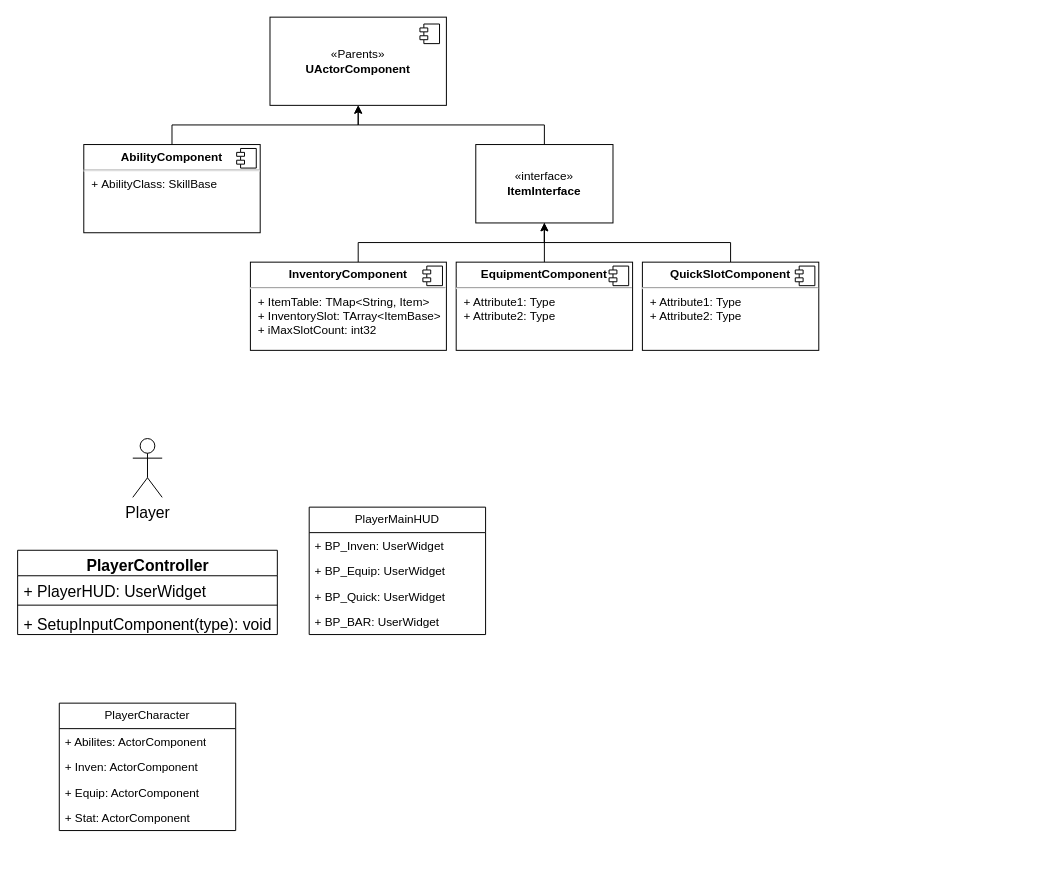
JinhoKims/LostArc keeps this draw.io diagram as page "페이지-2" (2 of 4) of LostArc Diagram.drawio. Above is the earlier version. Source tidied: cells renumbered, new cells numbered last; positions are measured from the earlier drawing's top-left corner, leaving out a move shared by most shapes. Both pictures are drawn from the tidied source at 98%, with x=0, y=0 at pixel (17, 17).
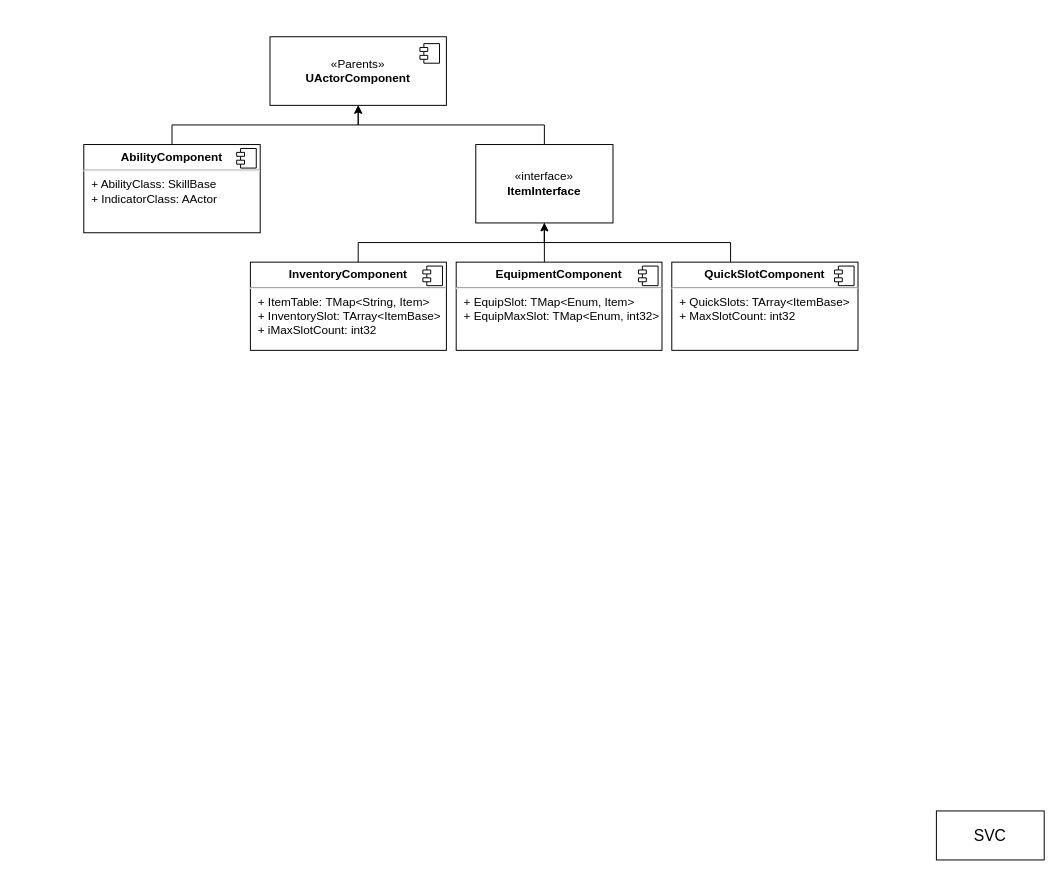
Above is the later version.

What changed in the source:
```diff
@@
-    <mxCell id="3" value="&lt;p style=&quot;margin:0px;margin-top:6px;text-align:center;&quot;&gt;&lt;b&gt;AbilityComponent&lt;/b&gt;&lt;/p&gt;&lt;hr&gt;&lt;p style=&quot;margin:0px;margin-left:8px;&quot;&gt;+&amp;nbsp;AbilityClass&lt;span style=&quot;background-color: initial;&quot;&gt;:&amp;nbsp;&lt;/span&gt;SkillBase&lt;/p&gt;" style="align=left;overflow=fill;html=1;whiteSpace=wrap;" parent="1" vertex="1">
+    <mxCell id="3" value="&lt;p style=&quot;margin:0px;margin-top:6px;text-align:center;&quot;&gt;&lt;b&gt;AbilityComponent&lt;/b&gt;&lt;/p&gt;&lt;hr&gt;&lt;p style=&quot;margin:0px;margin-left:8px;&quot;&gt;+ AbilityClass&lt;span style=&quot;background-color: initial;&quot;&gt;:&amp;nbsp;&lt;/span&gt;SkillBase&lt;/p&gt;&lt;p style=&quot;margin:0px;margin-left:8px;&quot;&gt;+&amp;nbsp;IndicatorClass: AActor&lt;/p&gt;" style="align=left;overflow=fill;html=1;whiteSpace=wrap;" parent="1" vertex="1">
       <mxGeometry x="68" y="130" width="180" height="90" as="geometry" />
     </mxCell>
@@
-    <mxCell id="9" value="&lt;p style=&quot;margin:0px;margin-top:6px;text-align:center;&quot;&gt;&lt;b&gt;EquipmentComponent&lt;/b&gt;&lt;/p&gt;&lt;hr&gt;&lt;p style=&quot;margin:0px;margin-left:8px;&quot;&gt;+ Attribute1: Type&lt;br&gt;+ Attribute2: Type&lt;/p&gt;" style="align=left;overflow=fill;html=1;whiteSpace=wrap;" parent="1" vertex="1">
-      <mxGeometry x="448" y="250" width="180" height="90" as="geometry" />
+    <mxCell id="9" value="&lt;p style=&quot;margin:0px;margin-top:6px;text-align:center;&quot;&gt;&lt;b&gt;EquipmentComponent&lt;/b&gt;&lt;/p&gt;&lt;hr&gt;&lt;p style=&quot;border-color: var(--border-color); margin: 0px 0px 0px 8px;&quot;&gt;+&amp;nbsp;EquipSlot: TMap&amp;lt;Enum, Item&amp;gt;&lt;/p&gt;&lt;p style=&quot;border-color: var(--border-color); margin: 0px 0px 0px 8px;&quot;&gt;+&amp;nbsp;EquipMaxSlot&lt;span style=&quot;background-color: initial;&quot;&gt;: TMap&amp;lt;Enum, int32&amp;gt;&lt;/span&gt;&lt;/p&gt;" style="align=left;overflow=fill;html=1;whiteSpace=wrap;" parent="1" vertex="1">
+      <mxGeometry x="448" y="250" width="210" height="90" as="geometry" />
     </mxCell>
@@
-    <mxCell id="11" value="PlayerCharacter" style="swimlane;fontStyle=0;horizontal=1;startSize=26;fillColor=none;whiteSpace=wrap;html=1;" parent="1" vertex="1">
-      <mxGeometry x="43" y="700" width="180" height="130" as="geometry" />
-    </mxCell>
-    <mxCell id="12" value="+ Abilites: ActorComponent" style="text;strokeColor=none;fillColor=none;align=left;verticalAlign=top;spacingLeft=4;spacingRight=4;overflow=hidden;whiteSpace=wrap;html=1;" parent="11" vertex="1">
-      <mxGeometry y="26" width="180" height="26" as="geometry" />
-    </mxCell>
-    <mxCell id="13" value="+ Inven: ActorComponent" style="text;strokeColor=none;fillColor=none;align=left;verticalAlign=top;spacingLeft=4;spacingRight=4;overflow=hidden;whiteSpace=wrap;html=1;" parent="11" vertex="1">
-      <mxGeometry y="52" width="180" height="26" as="geometry" />
-    </mxCell>
-    <mxCell id="14" value="+ Equip: ActorComponent" style="text;strokeColor=none;fillColor=none;align=left;verticalAlign=top;spacingLeft=4;spacingRight=4;overflow=hidden;whiteSpace=wrap;html=1;" parent="11" vertex="1">
-      <mxGeometry y="78" width="180" height="26" as="geometry" />
-    </mxCell>
-    <mxCell id="15" value="+ Stat: ActorComponent" style="text;strokeColor=none;fillColor=none;align=left;verticalAlign=top;spacingLeft=4;spacingRight=4;overflow=hidden;whiteSpace=wrap;html=1;" parent="11" vertex="1">
-      <mxGeometry y="104" width="180" height="26" as="geometry" />
-    </mxCell>
     <mxCell id="16" value="«Parents&lt;span style=&quot;background-color: initial;&quot;&gt;»&lt;/span&gt;&lt;br&gt;&lt;b&gt;UActorComponent&lt;/b&gt;" style="html=1;whiteSpace=wrap;" parent="1" vertex="1">
-      <mxGeometry x="258" width="180" height="90" as="geometry" />
+      <mxGeometry x="258" y="20" width="180" height="70" as="geometry" />
     </mxCell>
@@
-    <mxCell id="19" value="&lt;p style=&quot;margin:0px;margin-top:6px;text-align:center;&quot;&gt;&lt;b&gt;QuickSlotComponent&lt;/b&gt;&lt;/p&gt;&lt;hr&gt;&lt;p style=&quot;margin:0px;margin-left:8px;&quot;&gt;+ Attribute1: Type&lt;br&gt;+ Attribute2: Type&lt;/p&gt;" style="align=left;overflow=fill;html=1;whiteSpace=wrap;" parent="1" vertex="1">
-      <mxGeometry x="638" y="250" width="180" height="90" as="geometry" />
+    <mxCell id="19" value="&lt;p style=&quot;margin:0px;margin-top:6px;text-align:center;&quot;&gt;&lt;b&gt;QuickSlotComponent&lt;/b&gt;&lt;/p&gt;&lt;hr&gt;&lt;p style=&quot;margin:0px;margin-left:8px;&quot;&gt;+ QuickSlots: TArray&amp;lt;ItemBase&amp;gt;&lt;br&gt;+&amp;nbsp;MaxSlotCount&lt;span style=&quot;background-color: initial;&quot;&gt;: int32&lt;/span&gt;&lt;/p&gt;" style="align=left;overflow=fill;html=1;whiteSpace=wrap;" parent="1" vertex="1">
+      <mxGeometry x="668" y="250" width="190" height="90" as="geometry" />
     </mxCell>
@@
-    <mxCell id="22" value="PlayerMainHUD" style="swimlane;fontStyle=0;horizontal=1;startSize=26;fillColor=none;whiteSpace=wrap;html=1;" parent="1" vertex="1">
-      <mxGeometry x="298" y="500" width="180" height="130" as="geometry" />
-    </mxCell>
-    <mxCell id="23" value="+&amp;nbsp;BP_Inven&lt;span style=&quot;background-color: initial;&quot;&gt;:&amp;nbsp;&lt;/span&gt;UserWidget" style="text;strokeColor=none;fillColor=none;align=left;verticalAlign=top;spacingLeft=4;spacingRight=4;overflow=hidden;whiteSpace=wrap;html=1;" parent="22" vertex="1">
-      <mxGeometry y="26" width="180" height="26" as="geometry" />
-    </mxCell>
-    <mxCell id="24" value="+&amp;nbsp;BP_Equip&lt;span style=&quot;background-color: initial;&quot;&gt;:&amp;nbsp;&lt;/span&gt;UserWidget" style="text;strokeColor=none;fillColor=none;align=left;verticalAlign=top;spacingLeft=4;spacingRight=4;overflow=hidden;whiteSpace=wrap;html=1;" parent="22" vertex="1">
-      <mxGeometry y="52" width="180" height="26" as="geometry" />
-    </mxCell>
-    <mxCell id="25" value="+&amp;nbsp;BP_Quick&lt;span style=&quot;background-color: initial;&quot;&gt;:&amp;nbsp;&lt;/span&gt;UserWidget" style="text;strokeColor=none;fillColor=none;align=left;verticalAlign=top;spacingLeft=4;spacingRight=4;overflow=hidden;whiteSpace=wrap;html=1;" parent="22" vertex="1">
-      <mxGeometry y="78" width="180" height="26" as="geometry" />
-    </mxCell>
-    <mxCell id="26" value="+ BP_BAR&lt;span style=&quot;background-color: initial;&quot;&gt;:&amp;nbsp;&lt;/span&gt;UserWidget" style="text;strokeColor=none;fillColor=none;align=left;verticalAlign=top;spacingLeft=4;spacingRight=4;overflow=hidden;whiteSpace=wrap;html=1;" parent="22" vertex="1">
-      <mxGeometry y="104" width="180" height="26" as="geometry" />
-    </mxCell>
-    <mxCell id="27" value="Player" style="shape=umlActor;verticalLabelPosition=bottom;verticalAlign=top;html=1;fontSize=16;" parent="1" vertex="1">
-      <mxGeometry x="118" y="430" width="30" height="60" as="geometry" />
-    </mxCell>
-    <mxCell id="28" value="PlayerController" style="swimlane;fontStyle=1;align=center;verticalAlign=top;horizontal=1;startSize=26;whiteSpace=wrap;html=1;fontSize=16;" parent="1" vertex="1">
-      <mxGeometry x="0.5" y="544" width="265" height="86" as="geometry" />
-    </mxCell>
-    <mxCell id="29" value="+ PlayerHUD: UserWidget" style="text;strokeColor=none;fillColor=none;align=left;verticalAlign=top;spacingLeft=4;spacingRight=4;overflow=hidden;whiteSpace=wrap;html=1;fontSize=16;" parent="28" vertex="1">
-      <mxGeometry y="26" width="265" height="26" as="geometry" />
-    </mxCell>
-    <mxCell id="30" style="line;strokeWidth=1;fillColor=none;align=left;verticalAlign=middle;spacingTop=-1;spacingLeft=3;spacingRight=3;labelPosition=right;strokeColor=inherit;fontSize=16;" parent="28" vertex="1">
-      <mxGeometry y="52" width="265" height="8" as="geometry" />
-    </mxCell>
-    <mxCell id="31" value="+&amp;nbsp;SetupInputComponent&lt;span style=&quot;background-color: initial;&quot;&gt;(type): void&lt;/span&gt;" style="text;strokeColor=none;fillColor=none;align=left;verticalAlign=top;spacingLeft=4;spacingRight=4;overflow=hidden;whiteSpace=wrap;html=1;fontSize=16;" parent="28" vertex="1">
-      <mxGeometry y="60" width="265" height="26" as="geometry" />
-    </mxCell>
+    <mxCell id="32" value="SVC" style="html=1;whiteSpace=wrap;fontSize=16;" parent="1" vertex="1">
+      <mxGeometry x="938" y="810" width="110" height="50" as="geometry" />
+    </mxCell>
```
